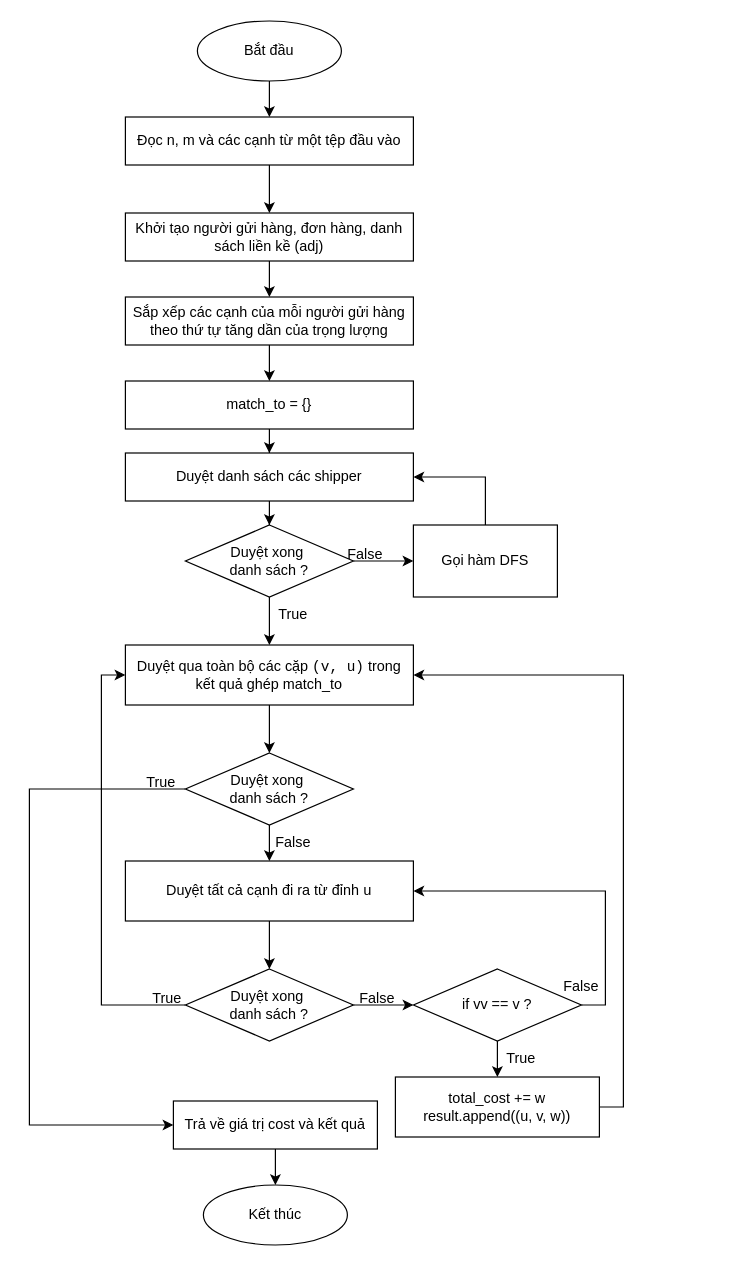
Earlier version of the draw.io diagram page "Page-1" (1 of 2) of DFS.drawio (106210049/OOP_excercise). Source tidied: cells renumbered, new cells numbered last; positions are measured from the earlier drawing's top-left corner, leaving out a move shared by most shapes. Both pictures are drawn from the tidied source at 120%, with x=0, y=0 at pixel (29, 20).
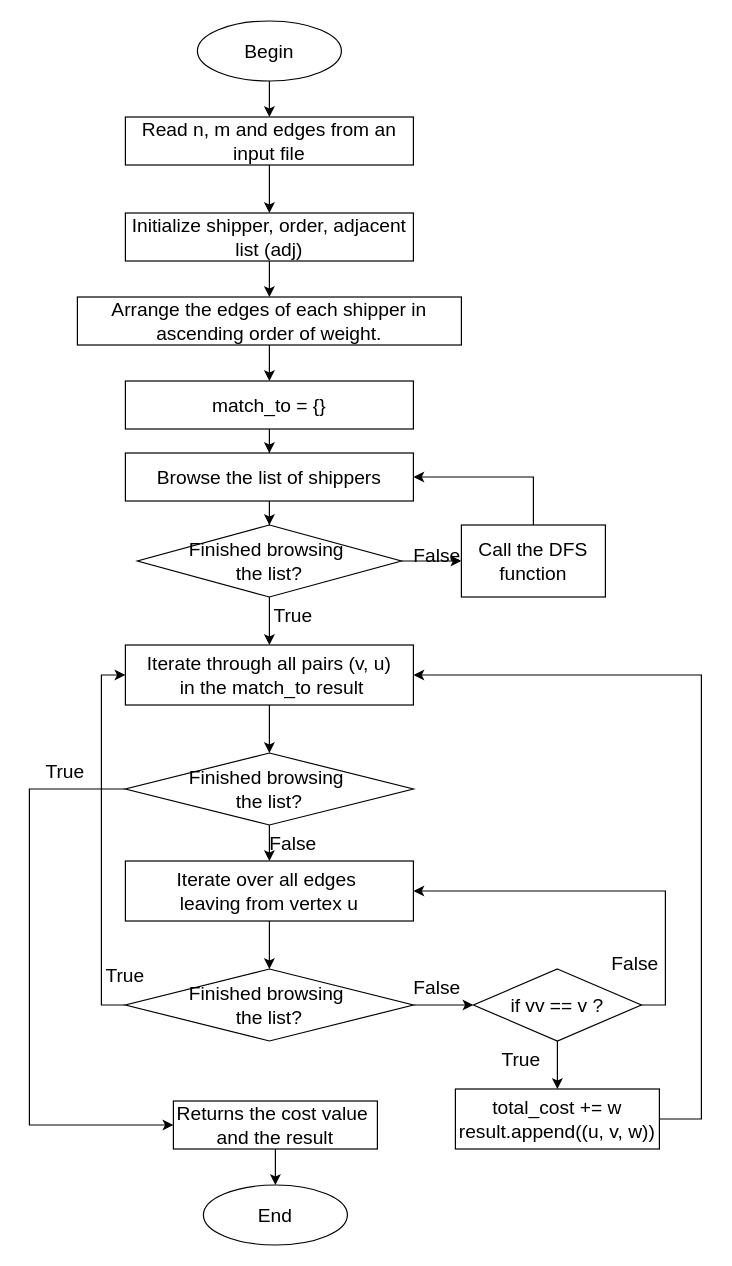
After the change.

What changed in the source:
```diff
@@
-    <mxCell id="2" style="edgeStyle=orthogonalEdgeStyle;rounded=0;jettySize=auto;html=1;" parent="1" edge="1" source="3" target="5">
+    <mxCell id="2" style="edgeStyle=orthogonalEdgeStyle;rounded=0;jettySize=auto;html=1;fontSize=16;" parent="1" edge="1" source="3" target="5">
       <mxGeometry relative="1" as="geometry" />
     </mxCell>
-    <mxCell id="3" value="Bắt đầu" style="ellipse;whiteSpace=wrap;html=1;" parent="1" vertex="1">
+    <mxCell id="3" value="Begin" style="ellipse;whiteSpace=wrap;html=1;fontSize=16;" parent="1" vertex="1">
       <mxGeometry x="140" width="120" height="50" as="geometry" />
     </mxCell>
-    <mxCell id="4" style="edgeStyle=orthogonalEdgeStyle;rounded=0;jettySize=auto;html=1;" parent="1" edge="1" source="5" target="7">
+    <mxCell id="4" style="edgeStyle=orthogonalEdgeStyle;rounded=0;jettySize=auto;html=1;fontSize=16;" parent="1" edge="1" source="5" target="7">
       <mxGeometry relative="1" as="geometry" />
     </mxCell>
-    <mxCell id="5" value="Đọc n, m và các cạnh từ một tệp đầu vào" style="rounded=0;whiteSpace=wrap;html=1;" parent="1" vertex="1">
+    <mxCell id="5" value="Read n, m and edges from an input file" style="rounded=0;whiteSpace=wrap;html=1;fontSize=16;" parent="1" vertex="1">
       <mxGeometry x="80" y="80" width="240" height="40" as="geometry" />
     </mxCell>
-    <mxCell id="6" style="edgeStyle=orthogonalEdgeStyle;rounded=0;jettySize=auto;html=1;" parent="1" edge="1" source="7" target="9">
+    <mxCell id="6" style="edgeStyle=orthogonalEdgeStyle;rounded=0;jettySize=auto;html=1;fontSize=16;" parent="1" edge="1" source="7" target="9">
       <mxGeometry relative="1" as="geometry" />
     </mxCell>
-    <mxCell id="7" value="Khởi tạo người gửi hàng, đơn hàng, danh sách liền kề (adj)" style="rounded=0;whiteSpace=wrap;html=1;" parent="1" vertex="1">
+    <mxCell id="7" value="Initialize shipper, order, adjacent list (adj)" style="rounded=0;whiteSpace=wrap;html=1;fontSize=16;" parent="1" vertex="1">
       <mxGeometry x="80" y="160" width="240" height="40" as="geometry" />
     </mxCell>
-    <mxCell id="8" style="edgeStyle=orthogonalEdgeStyle;rounded=0;jettySize=auto;html=1;" parent="1" edge="1" source="9" target="11">
+    <mxCell id="8" style="edgeStyle=orthogonalEdgeStyle;rounded=0;jettySize=auto;html=1;fontSize=16;" parent="1" edge="1" source="9" target="11">
       <mxGeometry relative="1" as="geometry" />
     </mxCell>
-    <mxCell id="9" value="Sắp xếp các cạnh của mỗi người gửi hàng theo thứ tự tăng dần của trọng lượng" style="rounded=0;whiteSpace=wrap;html=1;" parent="1" vertex="1">
-      <mxGeometry x="80" y="230" width="240" height="40" as="geometry" />
+    <mxCell id="9" value="Arrange the edges of each shipper in ascending order of weight." style="rounded=0;whiteSpace=wrap;html=1;fontSize=16;" parent="1" vertex="1">
+      <mxGeometry x="40" y="230" width="320" height="40" as="geometry" />
     </mxCell>
-    <mxCell id="10" style="edgeStyle=orthogonalEdgeStyle;rounded=0;jettySize=auto;html=1;" parent="1" edge="1" source="11" target="13">
+    <mxCell id="10" style="edgeStyle=orthogonalEdgeStyle;rounded=0;jettySize=auto;html=1;fontSize=16;" parent="1" edge="1" source="11" target="13">
       <mxGeometry relative="1" as="geometry" />
     </mxCell>
-    <mxCell id="11" value="match_to = {}" style="rounded=0;whiteSpace=wrap;html=1;" parent="1" vertex="1">
+    <mxCell id="11" value="match_to = {}" style="rounded=0;whiteSpace=wrap;html=1;fontSize=16;" parent="1" vertex="1">
       <mxGeometry x="80" y="300" width="240" height="40" as="geometry" />
     </mxCell>
-    <mxCell id="12" style="edgeStyle=orthogonalEdgeStyle;rounded=0;jettySize=auto;html=1;" parent="1" edge="1" source="13" target="16">
+    <mxCell id="12" style="edgeStyle=orthogonalEdgeStyle;rounded=0;jettySize=auto;html=1;fontSize=16;" parent="1" edge="1" source="13" target="16">
       <mxGeometry relative="1" as="geometry" />
     </mxCell>
-    <mxCell id="13" value="Duyệt danh sách các shipper" style="rounded=0;whiteSpace=wrap;html=1;" parent="1" vertex="1">
+    <mxCell id="13" value="Browse the list of shippers" style="rounded=0;whiteSpace=wrap;html=1;fontSize=16;" parent="1" vertex="1">
       <mxGeometry x="80" y="360" width="240" height="40" as="geometry" />
     </mxCell>
-    <mxCell id="14" style="edgeStyle=orthogonalEdgeStyle;rounded=0;jettySize=auto;html=1;exitX=1;exitY=0.5;exitDx=0;exitDy=0;entryX=0;entryY=0.5;entryDx=0;entryDy=0;" parent="1" edge="1" source="16" target="18">
+    <mxCell id="14" style="edgeStyle=orthogonalEdgeStyle;rounded=0;jettySize=auto;html=1;exitX=1;exitY=0.5;exitDx=0;exitDy=0;entryX=0;entryY=0.5;entryDx=0;entryDy=0;fontSize=16;" parent="1" edge="1" source="16" target="18">
       <mxGeometry relative="1" as="geometry" />
     </mxCell>
-    <mxCell id="15" style="edgeStyle=orthogonalEdgeStyle;rounded=0;jettySize=auto;html=1;" parent="1" edge="1" source="16" target="20">
+    <mxCell id="15" style="edgeStyle=orthogonalEdgeStyle;rounded=0;jettySize=auto;html=1;fontSize=16;" parent="1" edge="1" source="16" target="20">
       <mxGeometry relative="1" as="geometry" />
     </mxCell>
-    <mxCell id="16" value="Duyệt xong&amp;nbsp;&lt;div&gt;danh sách ?&lt;/div&gt;" style="rhombus;whiteSpace=wrap;html=1;" parent="1" vertex="1">
-      <mxGeometry x="130" y="420" width="140" height="60" as="geometry" />
+    <mxCell id="16" value="Finished browsing&amp;nbsp;&lt;div&gt;the list?&lt;/div&gt;" style="rhombus;whiteSpace=wrap;html=1;fontSize=16;" parent="1" vertex="1">
+      <mxGeometry x="90" y="420" width="220" height="60" as="geometry" />
     </mxCell>
-    <mxCell id="17" style="edgeStyle=orthogonalEdgeStyle;rounded=0;jettySize=auto;html=1;exitX=0.5;exitY=0;exitDx=0;exitDy=0;entryX=1;entryY=0.5;entryDx=0;entryDy=0;" parent="1" edge="1" source="18" target="13">
+    <mxCell id="17" style="edgeStyle=orthogonalEdgeStyle;rounded=0;jettySize=auto;html=1;exitX=0.5;exitY=0;exitDx=0;exitDy=0;entryX=1;entryY=0.5;entryDx=0;entryDy=0;fontSize=16;" parent="1" edge="1" source="18" target="13">
       <mxGeometry relative="1" as="geometry" />
     </mxCell>
-    <mxCell id="18" value="Gọi hàm DFS" style="rounded=0;whiteSpace=wrap;html=1;" parent="1" vertex="1">
-      <mxGeometry x="320" y="420" width="120" height="60" as="geometry" />
+    <mxCell id="18" value="Call the DFS function" style="rounded=0;whiteSpace=wrap;html=1;fontSize=16;" parent="1" vertex="1">
+      <mxGeometry x="360" y="420" width="120" height="60" as="geometry" />
     </mxCell>
-    <mxCell id="19" style="edgeStyle=orthogonalEdgeStyle;rounded=0;jettySize=auto;html=1;" parent="1" edge="1" source="20" target="23">
+    <mxCell id="19" style="edgeStyle=orthogonalEdgeStyle;rounded=0;jettySize=auto;html=1;fontSize=16;" parent="1" edge="1" source="20" target="23">
       <mxGeometry relative="1" as="geometry" />
     </mxCell>
-    <mxCell id="20" value="Duyệt qua toàn bộ các cặp &lt;code&gt;(v, u)&lt;/code&gt; trong kết quả ghép match_to" style="rounded=0;whiteSpace=wrap;html=1;" parent="1" vertex="1">
+    <mxCell id="20" value="Iterate through all pairs (v, u)&lt;div&gt;&amp;nbsp;in the match_to result&lt;/div&gt;" style="rounded=0;whiteSpace=wrap;html=1;fontSize=16;" parent="1" vertex="1">
       <mxGeometry x="80" y="520" width="240" height="50" as="geometry" />
     </mxCell>
-    <mxCell id="21" style="edgeStyle=orthogonalEdgeStyle;rounded=0;jettySize=auto;html=1;" parent="1" edge="1" source="23" target="25">
+    <mxCell id="21" style="edgeStyle=orthogonalEdgeStyle;rounded=0;jettySize=auto;html=1;fontSize=16;" parent="1" edge="1" source="23" target="25">
       <mxGeometry relative="1" as="geometry" />
     </mxCell>
-    <mxCell id="22" style="edgeStyle=orthogonalEdgeStyle;rounded=0;jettySize=auto;html=1;entryX=0;entryY=0.5;entryDx=0;entryDy=0;" parent="1" edge="1" source="23" target="35">
+    <mxCell id="22" style="edgeStyle=orthogonalEdgeStyle;rounded=0;jettySize=auto;html=1;entryX=0;entryY=0.5;entryDx=0;entryDy=0;fontSize=16;" parent="1" edge="1" source="23" target="35">
       <mxGeometry relative="1" as="geometry">
         <Array as="points">
           <mxPoint y="640" />
           <mxPoint y="920" />
         </Array>
       </mxGeometry>
     </mxCell>
-    <mxCell id="23" value="Duyệt xong&amp;nbsp;&lt;div&gt;danh sách ?&lt;/div&gt;" style="rhombus;whiteSpace=wrap;html=1;" parent="1" vertex="1">
-      <mxGeometry x="130" y="610" width="140" height="60" as="geometry" />
+    <mxCell id="23" value="Finished browsing&amp;nbsp;&lt;div&gt;the list?&lt;/div&gt;" style="rhombus;whiteSpace=wrap;html=1;fontSize=16;" parent="1" vertex="1">
+      <mxGeometry x="80" y="610" width="240" height="60" as="geometry" />
     </mxCell>
-    <mxCell id="24" style="edgeStyle=orthogonalEdgeStyle;rounded=0;jettySize=auto;html=1;" parent="1" edge="1" source="25" target="28">
+    <mxCell id="24" style="edgeStyle=orthogonalEdgeStyle;rounded=0;jettySize=auto;html=1;fontSize=16;" parent="1" edge="1" source="25" target="28">
       <mxGeometry relative="1" as="geometry" />
     </mxCell>
-    <mxCell id="25" value="Duyệt tất cả cạnh đi ra từ đỉnh &lt;code&gt;u&lt;/code&gt;" style="rounded=0;whiteSpace=wrap;html=1;" parent="1" vertex="1">
+    <mxCell id="25" value="Iterate over all edges&amp;nbsp;&lt;div&gt;leaving from vertex u&lt;/div&gt;" style="rounded=0;whiteSpace=wrap;html=1;fontSize=16;" parent="1" vertex="1">
       <mxGeometry x="80" y="700" width="240" height="50" as="geometry" />
     </mxCell>
-    <mxCell id="26" style="edgeStyle=orthogonalEdgeStyle;rounded=0;jettySize=auto;html=1;exitX=1;exitY=0.5;exitDx=0;exitDy=0;entryX=0;entryY=0.5;entryDx=0;entryDy=0;" parent="1" edge="1" source="28" target="31">
+    <mxCell id="26" style="edgeStyle=orthogonalEdgeStyle;rounded=0;jettySize=auto;html=1;exitX=1;exitY=0.5;exitDx=0;exitDy=0;entryX=0;entryY=0.5;entryDx=0;entryDy=0;fontSize=16;" parent="1" edge="1" source="28" target="31">
       <mxGeometry relative="1" as="geometry" />
     </mxCell>
-    <mxCell id="27" style="edgeStyle=orthogonalEdgeStyle;rounded=0;jettySize=auto;html=1;exitX=0;exitY=0.5;exitDx=0;exitDy=0;entryX=0;entryY=0.5;entryDx=0;entryDy=0;" parent="1" edge="1" source="28" target="20">
+    <mxCell id="27" style="edgeStyle=orthogonalEdgeStyle;rounded=0;jettySize=auto;html=1;exitX=0;exitY=0.5;exitDx=0;exitDy=0;entryX=0;entryY=0.5;entryDx=0;entryDy=0;fontSize=16;" parent="1" edge="1" source="28" target="20">
       <mxGeometry relative="1" as="geometry" />
     </mxCell>
-    <mxCell id="28" value="Duyệt xong&amp;nbsp;&lt;div&gt;danh sách ?&lt;/div&gt;" style="rhombus;whiteSpace=wrap;html=1;" parent="1" vertex="1">
-      <mxGeometry x="130" y="790" width="140" height="60" as="geometry" />
+    <mxCell id="28" value="Finished browsing&amp;nbsp;&lt;div&gt;the list?&lt;/div&gt;" style="rhombus;whiteSpace=wrap;html=1;fontSize=16;" parent="1" vertex="1">
+      <mxGeometry x="80" y="790" width="240" height="60" as="geometry" />
     </mxCell>
-    <mxCell id="29" style="edgeStyle=orthogonalEdgeStyle;rounded=0;jettySize=auto;html=1;" parent="1" edge="1" source="31" target="33">
+    <mxCell id="29" style="edgeStyle=orthogonalEdgeStyle;rounded=0;jettySize=auto;html=1;fontSize=16;" parent="1" edge="1" source="31" target="33">
       <mxGeometry relative="1" as="geometry" />
     </mxCell>
-    <mxCell id="30" style="edgeStyle=orthogonalEdgeStyle;rounded=0;jettySize=auto;html=1;exitX=1;exitY=0.5;exitDx=0;exitDy=0;entryX=1;entryY=0.5;entryDx=0;entryDy=0;" parent="1" edge="1" source="31" target="25">
+    <mxCell id="30" style="edgeStyle=orthogonalEdgeStyle;rounded=0;jettySize=auto;html=1;exitX=1;exitY=0.5;exitDx=0;exitDy=0;entryX=1;entryY=0.5;entryDx=0;entryDy=0;fontSize=16;" parent="1" edge="1" source="31" target="25">
       <mxGeometry relative="1" as="geometry" />
     </mxCell>
-    <mxCell id="31" value="if vv == v ?" style="rhombus;whiteSpace=wrap;html=1;" parent="1" vertex="1">
-      <mxGeometry x="320" y="790" width="140" height="60" as="geometry" />
+    <mxCell id="31" value="if vv == v ?" style="rhombus;whiteSpace=wrap;html=1;fontSize=16;" parent="1" vertex="1">
+      <mxGeometry x="370" y="790" width="140" height="60" as="geometry" />
     </mxCell>
-    <mxCell id="32" style="edgeStyle=orthogonalEdgeStyle;rounded=0;jettySize=auto;html=1;exitX=1;exitY=0.5;exitDx=0;exitDy=0;entryX=1;entryY=0.5;entryDx=0;entryDy=0;" parent="1" edge="1" source="33" target="20">
-      <mxGeometry relative="1" as="geometry" />
+    <mxCell id="32" style="edgeStyle=orthogonalEdgeStyle;rounded=0;jettySize=auto;html=1;entryX=1;entryY=0.5;entryDx=0;entryDy=0;" parent="1" edge="1" source="33" target="20">
+      <mxGeometry relative="1" as="geometry">
+        <Array as="points">
+          <mxPoint x="560" y="915" />
+          <mxPoint x="560" y="545" />
+        </Array>
+      </mxGeometry>
     </mxCell>
-    <mxCell id="33" value="total_cost += w&lt;div&gt;result.append((u, v, w))&lt;/div&gt;" style="rounded=0;whiteSpace=wrap;html=1;" parent="1" vertex="1">
-      <mxGeometry x="305" y="880" width="170" height="50" as="geometry" />
+    <mxCell id="33" value="total_cost += w&lt;div&gt;result.append((u, v, w))&lt;/div&gt;" style="rounded=0;whiteSpace=wrap;html=1;fontSize=16;" parent="1" vertex="1">
+      <mxGeometry x="355" y="890" width="170" height="50" as="geometry" />
     </mxCell>
-    <mxCell id="34" style="edgeStyle=orthogonalEdgeStyle;rounded=0;jettySize=auto;html=1;" parent="1" edge="1" source="35" target="36">
+    <mxCell id="34" style="edgeStyle=orthogonalEdgeStyle;rounded=0;jettySize=auto;html=1;fontSize=16;" parent="1" edge="1" source="35" target="36">
       <mxGeometry relative="1" as="geometry" />
     </mxCell>
-    <mxCell id="35" value="Trả về giá trị cost và kết quả" style="rounded=0;whiteSpace=wrap;html=1;" parent="1" vertex="1">
+    <mxCell id="35" value="Returns the cost value&amp;nbsp;&lt;div&gt;and the result&lt;/div&gt;" style="rounded=0;whiteSpace=wrap;html=1;fontSize=16;" parent="1" vertex="1">
       <mxGeometry x="120" y="900" width="170" height="40" as="geometry" />
     </mxCell>
-    <mxCell id="36" value="Kết thúc" style="ellipse;whiteSpace=wrap;html=1;" parent="1" vertex="1">
+    <mxCell id="36" value="End" style="ellipse;whiteSpace=wrap;html=1;fontSize=16;" parent="1" vertex="1">
       <mxGeometry x="145" y="970" width="120" height="50" as="geometry" />
     </mxCell>
-    <mxCell id="37" value="True" style="text;strokeColor=none;align=center;fillColor=none;html=1;verticalAlign=middle;whiteSpace=wrap;rounded=0;" parent="1" vertex="1">
+    <mxCell id="37" value="True" style="text;strokeColor=none;align=center;fillColor=none;html=1;verticalAlign=middle;whiteSpace=wrap;rounded=0;fontSize=16;" parent="1" vertex="1">
       <mxGeometry x="190" y="480" width="60" height="30" as="geometry" />
     </mxCell>
-    <mxCell id="38" value="False" style="text;strokeColor=none;align=center;fillColor=none;html=1;verticalAlign=middle;whiteSpace=wrap;rounded=0;" parent="1" vertex="1">
-      <mxGeometry x="250" y="430" width="60" height="30" as="geometry" />
+    <mxCell id="38" value="False" style="text;strokeColor=none;align=center;fillColor=none;html=1;verticalAlign=middle;whiteSpace=wrap;rounded=0;fontSize=16;" parent="1" vertex="1">
+      <mxGeometry x="310" y="430" width="60" height="30" as="geometry" />
     </mxCell>
-    <mxCell id="39" value="True" style="text;strokeColor=none;align=center;fillColor=none;html=1;verticalAlign=middle;whiteSpace=wrap;rounded=0;" parent="1" vertex="1">
-      <mxGeometry x="80" y="620" width="60" height="30" as="geometry" />
+    <mxCell id="39" value="True" style="text;strokeColor=none;align=center;fillColor=none;html=1;verticalAlign=middle;whiteSpace=wrap;rounded=0;fontSize=16;" parent="1" vertex="1">
+      <mxGeometry y="610" width="60" height="30" as="geometry" />
     </mxCell>
-    <mxCell id="40" value="False" style="text;strokeColor=none;align=center;fillColor=none;html=1;verticalAlign=middle;whiteSpace=wrap;rounded=0;" parent="1" vertex="1">
+    <mxCell id="40" value="False" style="text;strokeColor=none;align=center;fillColor=none;html=1;verticalAlign=middle;whiteSpace=wrap;rounded=0;fontSize=16;" parent="1" vertex="1">
       <mxGeometry x="190" y="670" width="60" height="30" as="geometry" />
     </mxCell>
-    <mxCell id="41" value="True" style="text;strokeColor=none;align=center;fillColor=none;html=1;verticalAlign=middle;whiteSpace=wrap;rounded=0;" parent="1" vertex="1">
-      <mxGeometry x="85" y="800" width="60" height="30" as="geometry" />
+    <mxCell id="41" value="True" style="text;strokeColor=none;align=center;fillColor=none;html=1;verticalAlign=middle;whiteSpace=wrap;rounded=0;fontSize=16;" parent="1" vertex="1">
+      <mxGeometry x="50" y="780" width="60" height="30" as="geometry" />
     </mxCell>
-    <mxCell id="42" value="False" style="text;strokeColor=none;align=center;fillColor=none;html=1;verticalAlign=middle;whiteSpace=wrap;rounded=0;" parent="1" vertex="1">
-      <mxGeometry x="260" y="800" width="60" height="30" as="geometry" />
+    <mxCell id="42" value="False" style="text;strokeColor=none;align=center;fillColor=none;html=1;verticalAlign=middle;whiteSpace=wrap;rounded=0;fontSize=16;" parent="1" vertex="1">
+      <mxGeometry x="310" y="790" width="60" height="30" as="geometry" />
     </mxCell>
-    <mxCell id="43" value="False" style="text;strokeColor=none;align=center;fillColor=none;html=1;verticalAlign=middle;whiteSpace=wrap;rounded=0;" parent="1" vertex="1">
-      <mxGeometry x="430" y="790" width="60" height="30" as="geometry" />
+    <mxCell id="43" value="False" style="text;strokeColor=none;align=center;fillColor=none;html=1;verticalAlign=middle;whiteSpace=wrap;rounded=0;fontSize=16;" parent="1" vertex="1">
+      <mxGeometry x="480" y="770" width="50" height="30" as="geometry" />
     </mxCell>
-    <mxCell id="44" value="True" style="text;strokeColor=none;align=center;fillColor=none;html=1;verticalAlign=middle;whiteSpace=wrap;rounded=0;" parent="1" vertex="1">
+    <mxCell id="44" value="True" style="text;strokeColor=none;align=center;fillColor=none;html=1;verticalAlign=middle;whiteSpace=wrap;rounded=0;fontSize=16;" parent="1" vertex="1">
       <mxGeometry x="380" y="850" width="60" height="30" as="geometry" />
     </mxCell>
```
